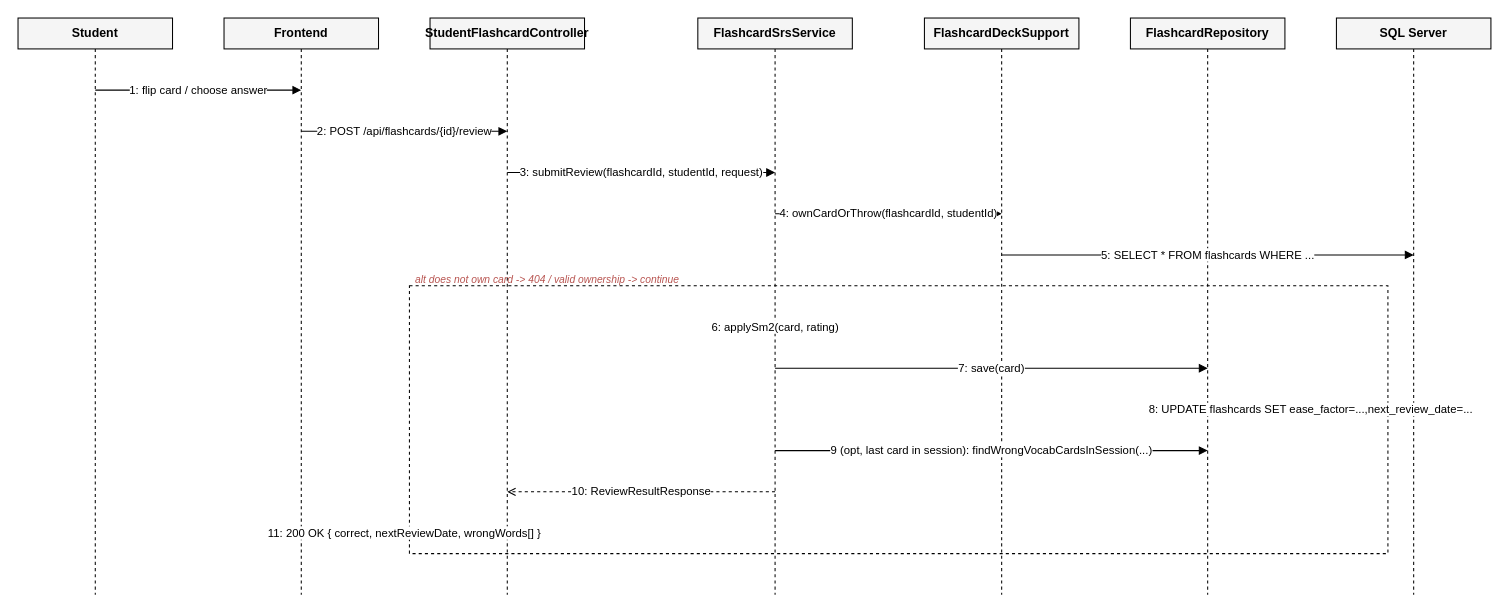
Above: docs/07-Release-Documents/diagrams/sds/seq-flashcard.drawio in hung02042005/Japanese-Skill-Practice-Platform (draw.io), before the change. Source tidied: cells renumbered, new cells numbered last; positions are measured from the earlier drawing's top-left corner, leaving out a move shared by most shapes. Both pictures are drawn from the tidied source at 103%, with x=0, y=0 at pixel (18, 18).
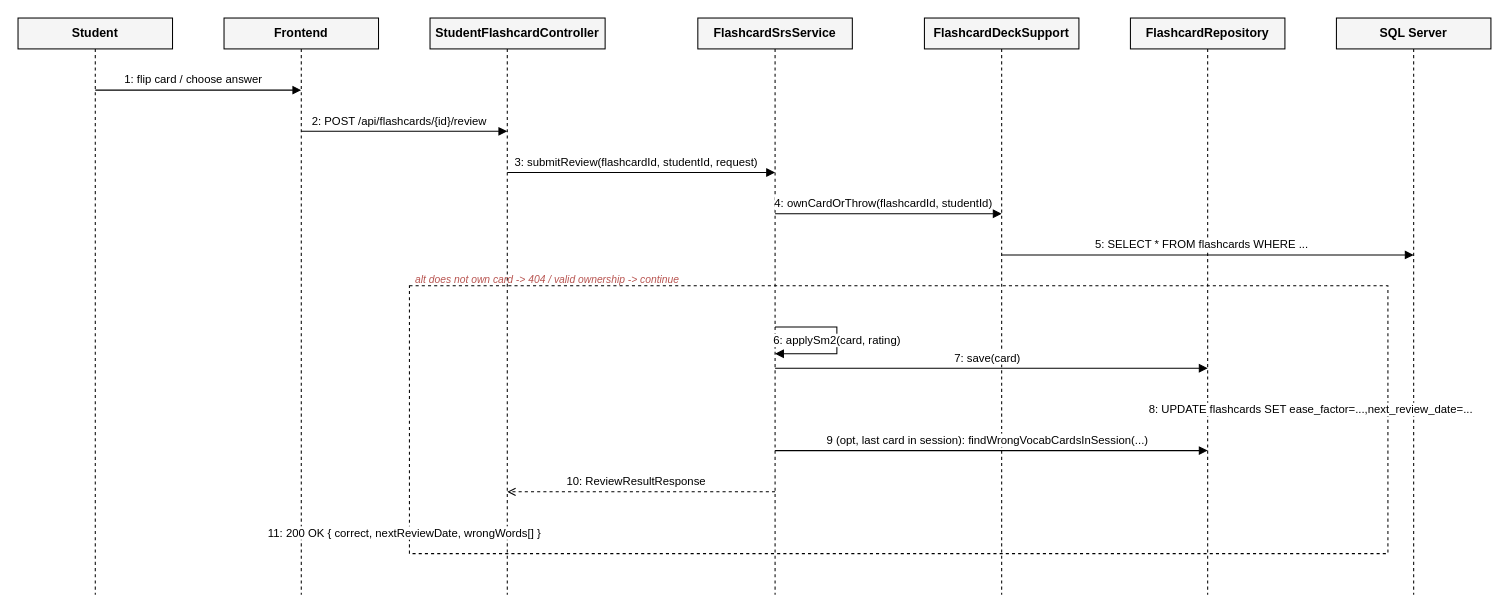
The same diagram, later.

Change to the diagram source:
```diff
@@
     <mxCell id="6" value="StudentFlashcardController" style="rounded=0;whiteSpace=wrap;html=1;fillColor=#f5f5f5;fontStyle=1;" parent="1" vertex="1">
-      <mxGeometry x="400" width="150" height="30" as="geometry" />
+      <mxGeometry x="400" width="170" height="30" as="geometry" />
     </mxCell>
@@
     <mxCell id="18" value="1: flip card / choose answer" style="html=1;endArrow=block;fontSize=11;" parent="1" edge="1">
-      <mxGeometry relative="1" as="geometry">
+      <mxGeometry x="-0.05" y="10" relative="1" as="geometry">
         <mxPoint x="75" y="70" as="sourcePoint" />
         <mxPoint x="275" y="70" as="targetPoint" />
       </mxGeometry>
     </mxCell>
     <mxCell id="19" value="2: POST /api/flashcards/{id}/review" style="html=1;endArrow=block;fontSize=11;" parent="1" edge="1">
-      <mxGeometry relative="1" as="geometry">
+      <mxGeometry x="-0.05" y="10" relative="1" as="geometry">
         <mxPoint x="275" y="110" as="sourcePoint" />
         <mxPoint x="475" y="110" as="targetPoint" />
       </mxGeometry>
     </mxCell>
     <mxCell id="20" value="3: submitReview(flashcardId, studentId, request)" style="html=1;endArrow=block;fontSize=11;" parent="1" edge="1">
-      <mxGeometry relative="1" as="geometry">
+      <mxGeometry x="-0.04" y="10" relative="1" as="geometry">
         <mxPoint x="475" y="150" as="sourcePoint" />
         <mxPoint x="735" y="150" as="targetPoint" />
       </mxGeometry>
     </mxCell>
     <mxCell id="21" value="4: ownCardOrThrow(flashcardId, studentId)" style="html=1;endArrow=block;fontSize=11;" parent="1" edge="1">
-      <mxGeometry relative="1" as="geometry">
+      <mxGeometry x="-0.05" y="10" relative="1" as="geometry">
         <mxPoint x="735" y="190" as="sourcePoint" />
         <mxPoint x="955" y="190" as="targetPoint" />
       </mxGeometry>
     </mxCell>
     <mxCell id="22" value="5: SELECT * FROM flashcards WHERE ..." style="html=1;endArrow=block;fontSize=11;" parent="1" edge="1">
-      <mxGeometry relative="1" as="geometry">
+      <mxGeometry x="-0.03" y="10" relative="1" as="geometry">
         <mxPoint x="955" y="230" as="sourcePoint" />
         <mxPoint x="1355" y="230" as="targetPoint" />
       </mxGeometry>
     </mxCell>
-    <mxCell id="23" value="6: applySm2(card, rating)" style="html=1;endArrow=block;fontSize=11;" parent="1" edge="1">
+    <mxCell id="23" value="6: applySm2(card, rating)" style="html=1;endArrow=block;fontSize=11;rounded=0;" parent="1" edge="1">
       <mxGeometry relative="1" as="geometry">
         <mxPoint x="735" y="300" as="sourcePoint" />
-        <mxPoint x="735" y="300" as="targetPoint" />
+        <mxPoint x="735" y="326" as="targetPoint" />
+        <Array as="points">
+          <mxPoint x="795" y="300" />
+          <mxPoint x="795" y="326" />
+        </Array>
       </mxGeometry>
     </mxCell>
     <mxCell id="24" value="7: save(card)" style="html=1;endArrow=block;fontSize=11;" parent="1" edge="1">
-      <mxGeometry relative="1" as="geometry">
+      <mxGeometry x="-0.02" y="10" relative="1" as="geometry">
         <mxPoint x="735" y="340" as="sourcePoint" />
         <mxPoint x="1155" y="340" as="targetPoint" />
       </mxGeometry>
     </mxCell>
@@
     <mxCell id="26" value="9 (opt, last card in session): findWrongVocabCardsInSession(...)" style="html=1;endArrow=block;fontSize=11;" parent="1" edge="1">
-      <mxGeometry relative="1" as="geometry">
+      <mxGeometry x="-0.02" y="10" relative="1" as="geometry">
         <mxPoint x="735" y="420" as="sourcePoint" />
         <mxPoint x="1155" y="420" as="targetPoint" />
       </mxGeometry>
     </mxCell>
     <mxCell id="27" value="10: ReviewResultResponse" style="html=1;endArrow=open;dashed=1;fontSize=11;" parent="1" edge="1">
-      <mxGeometry relative="1" as="geometry">
+      <mxGeometry x="0.04" y="-10" relative="1" as="geometry">
         <mxPoint x="735" y="460" as="sourcePoint" />
         <mxPoint x="475" y="460" as="targetPoint" />
       </mxGeometry>
     </mxCell>
```
